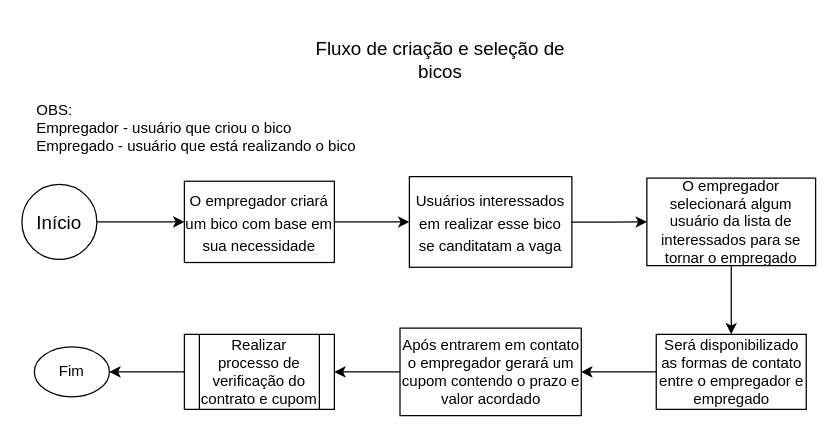
viniciuS-Simizu-reg1sem2021/fub_ofc2 keeps this draw.io diagram as .gitlab/fluxo-bico.drawio. Above is the earlier version. Source tidied: cells renumbered, new cells numbered last; positions are measured from the earlier drawing's top-left corner, leaving out a move shared by most shapes. Both pictures are drawn from the tidied source at 125%, with x=0, y=0 at pixel (21, 21).
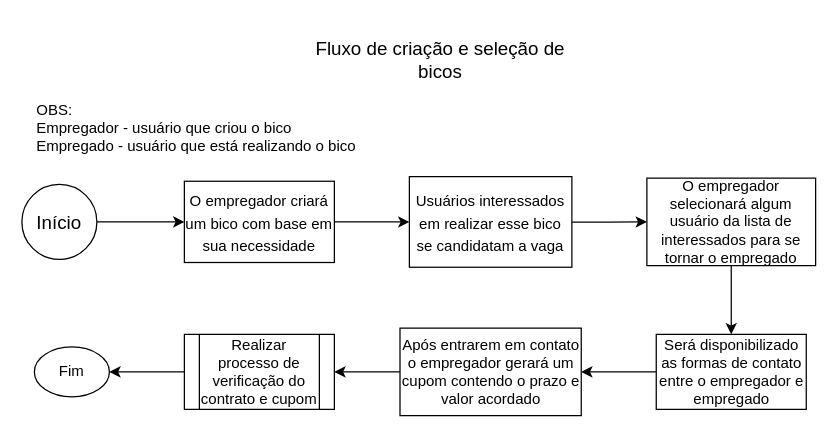
The same page after the edit.

What changed in the source:
```diff
@@
 <mxGraphModel>
   <root>
     <mxCell id="0" />
     <mxCell id="1" parent="0" />
     <mxCell id="2" value="&lt;font style=&quot;font-size: 15px&quot;&gt;Fluxo de criação e seleção de bicos&lt;/font&gt;" style="text;html=1;strokeColor=none;fillColor=none;align=center;verticalAlign=middle;whiteSpace=wrap;rounded=0;" parent="1" vertex="1">
       <mxGeometry x="227" width="216" height="60" as="geometry" />
     </mxCell>
     <mxCell id="3" style="edgeStyle=orthogonalEdgeStyle;rounded=0;jettySize=auto;html=1;fontSize=15;" parent="1" edge="1" source="4" target="6">
       <mxGeometry relative="1" as="geometry" />
     </mxCell>
     <mxCell id="4" value="Início" style="ellipse;whiteSpace=wrap;html=1;fontSize=15;" parent="1" vertex="1">
       <mxGeometry y="130" width="60" height="60" as="geometry" />
     </mxCell>
     <mxCell id="5" style="edgeStyle=orthogonalEdgeStyle;rounded=0;jettySize=auto;html=1;fontSize=12;" parent="1" edge="1" source="6" target="8">
       <mxGeometry relative="1" as="geometry" />
     </mxCell>
     <mxCell id="6" value="&lt;font style=&quot;font-size: 12px&quot;&gt;O empregador criará um bico com base em sua necessidade&lt;/font&gt;" style="rounded=0;whiteSpace=wrap;html=1;fontSize=15;" parent="1" vertex="1">
       <mxGeometry x="130" y="127.5" width="120" height="65" as="geometry" />
     </mxCell>
     <mxCell id="7" style="edgeStyle=orthogonalEdgeStyle;rounded=0;jettySize=auto;html=1;fontSize=12;" parent="1" edge="1" source="8" target="11">
       <mxGeometry relative="1" as="geometry" />
     </mxCell>
-    <mxCell id="8" value="&lt;font style=&quot;font-size: 12px&quot;&gt;Usuários interessados em realizar esse bico se canditatam a vaga&lt;/font&gt;" style="rounded=0;whiteSpace=wrap;html=1;fontSize=15;" parent="1" vertex="1">
+    <mxCell id="8" value="&lt;font style=&quot;font-size: 12px&quot;&gt;Usuários interessados em realizar esse bico se candidatam a vaga&lt;/font&gt;" style="rounded=0;whiteSpace=wrap;html=1;fontSize=15;" parent="1" vertex="1">
       <mxGeometry x="310" y="123.8" width="130" height="72.5" as="geometry" />
     </mxCell>
     <mxCell id="9" value="OBS:&lt;br&gt;Empregador - usuário que criou o bico&lt;br&gt;Empregado - usuário que está realizando o bico" style="text;html=1;strokeColor=none;fillColor=none;align=left;verticalAlign=middle;whiteSpace=wrap;rounded=0;fontSize=12;labelPosition=center;verticalLabelPosition=middle;" parent="1" vertex="1">
       <mxGeometry x="10" y="60" width="260" height="50" as="geometry" />
     </mxCell>
     <mxCell id="10" style="edgeStyle=orthogonalEdgeStyle;rounded=0;jettySize=auto;html=1;fontSize=12;" parent="1" edge="1" source="11" target="13">
       <mxGeometry relative="1" as="geometry" />
     </mxCell>
     <mxCell id="11" value="O empregador selecionará algum usuário da lista de interessados para se tornar o empregado" style="rounded=0;whiteSpace=wrap;html=1;fontSize=12;" parent="1" vertex="1">
       <mxGeometry x="500" y="125" width="135" height="70" as="geometry" />
     </mxCell>
     <mxCell id="12" style="edgeStyle=orthogonalEdgeStyle;rounded=0;jettySize=auto;html=1;fontSize=12;" parent="1" edge="1" source="13" target="15">
       <mxGeometry relative="1" as="geometry" />
     </mxCell>
     <mxCell id="13" value="Será disponibilizado as formas de contato entre o empregador e empregado" style="rounded=0;whiteSpace=wrap;html=1;fontSize=12;" parent="1" vertex="1">
       <mxGeometry x="507.5" y="250" width="120" height="60" as="geometry" />
     </mxCell>
     <mxCell id="14" style="edgeStyle=orthogonalEdgeStyle;rounded=0;jettySize=auto;html=1;fontSize=12;" parent="1" edge="1" source="15" target="17">
       <mxGeometry relative="1" as="geometry" />
     </mxCell>
     <mxCell id="15" value="Após entrarem em contato o empregador gerará um cupom contendo o prazo e valor acordado" style="rounded=0;whiteSpace=wrap;html=1;fontSize=12;" parent="1" vertex="1">
       <mxGeometry x="302.5" y="245" width="145" height="70" as="geometry" />
     </mxCell>
     <mxCell id="16" style="edgeStyle=orthogonalEdgeStyle;rounded=0;jettySize=auto;html=1;fontSize=12;" parent="1" edge="1" source="17" target="18">
       <mxGeometry relative="1" as="geometry" />
     </mxCell>
     <mxCell id="17" value="Realizar processo de verificação do contrato e cupom" style="shape=process;whiteSpace=wrap;html=1;backgroundOutline=1;fontSize=12;" parent="1" vertex="1">
       <mxGeometry x="130" y="250" width="120" height="60" as="geometry" />
     </mxCell>
     <mxCell id="18" value="Fim" style="ellipse;whiteSpace=wrap;html=1;fontSize=12;" parent="1" vertex="1">
       <mxGeometry x="10" y="260" width="60" height="40" as="geometry" />
     </mxCell>
   </root>
 </mxGraphModel>
```
